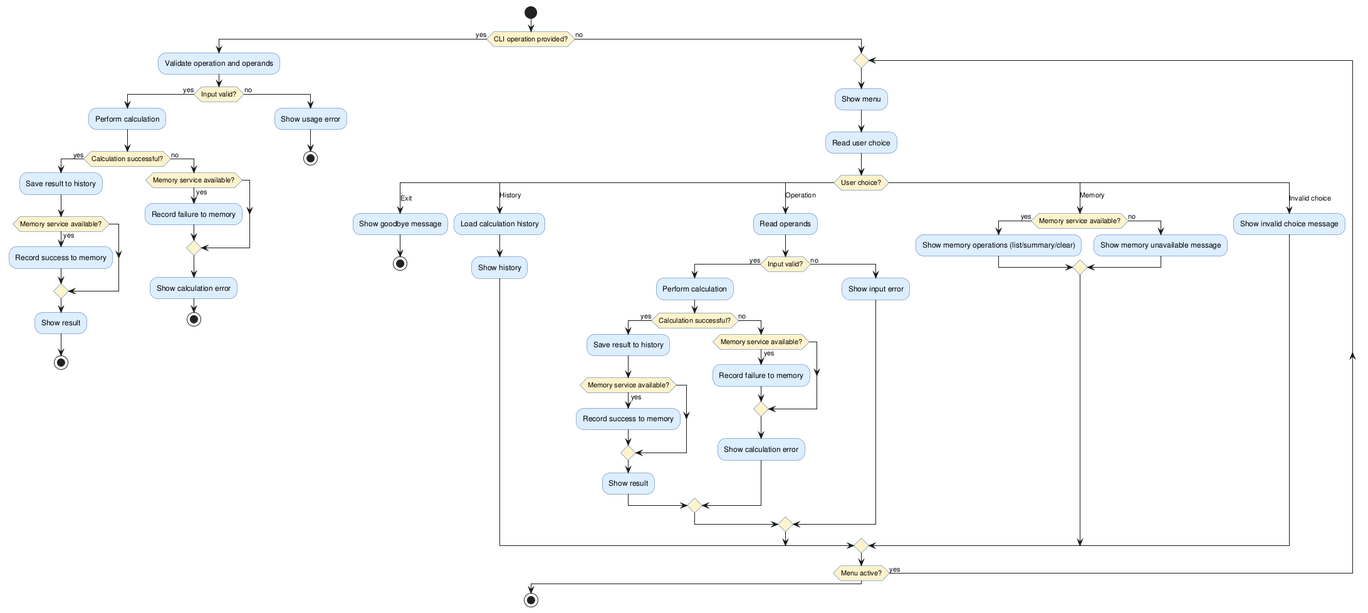
DanielRiha8906/Software_autoevolution_using_agents keeps this PlantUML diagram as experiments/supervisor_as_tools/structured_text/calculator/artifacts/activity_diagram.png. Above is the earlier version.
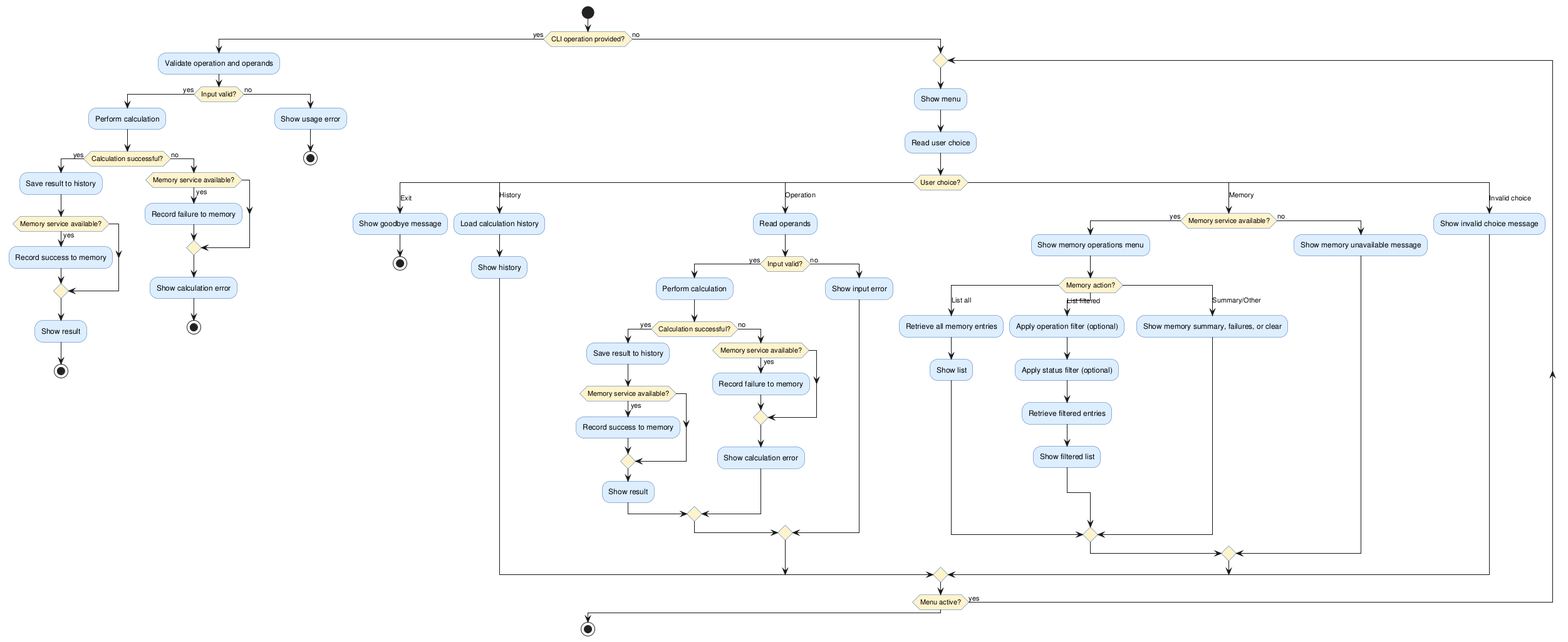
The same diagram one commit later.

Change to the diagram source:
```diff
@@ -74,7 +74,19 @@
 
       case (Memory)
         if (Memory service available?) then (yes)
-          :Show memory operations (list/summary/clear);
+          :Show memory operations menu;
+          switch (Memory action?)
+            case (List all)
+              :Retrieve all memory entries;
+              :Show list;
+            case (List filtered)
+              :Apply operation filter (optional);
+              :Apply status filter (optional);
+              :Retrieve filtered entries;
+              :Show filtered list;
+            case (Summary/Other)
+              :Show memory summary, failures, or clear;
+          endswitch
         else (no)
           :Show memory unavailable message;
         endif
```
